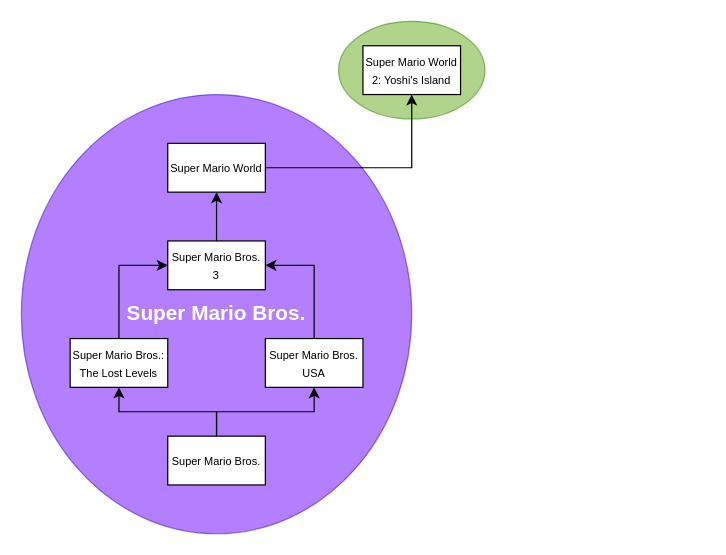
nangliaa/nangliaa keeps this draw.io diagram as Namnlöst diagram.drawio. Above is the earlier version. Source tidied: cells renumbered, new cells numbered last; positions are measured from the earlier drawing's top-left corner, leaving out a move shared by most shapes. Both pictures are drawn from the tidied source at 122%, with x=0, y=0 at pixel (21, 21).
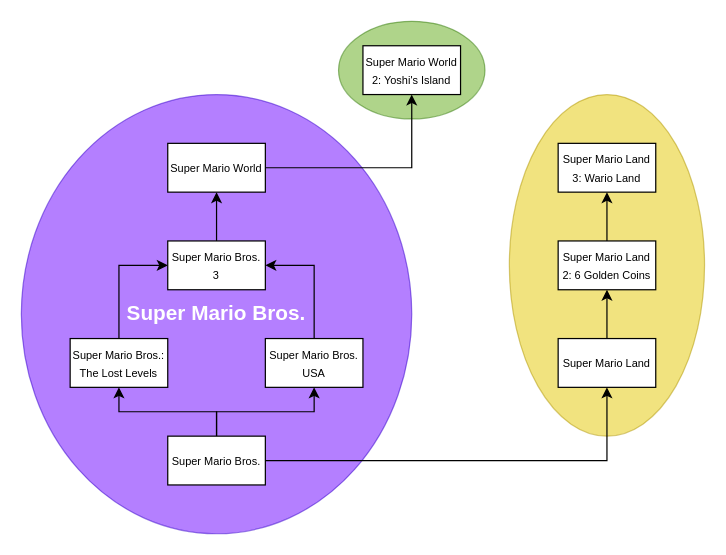
Above is the later version.

The change refers to these unchanged cells:
```xml
<mxCell id="8" value="&lt;font style=&quot;font-size: 9px;&quot;&gt;Super Mario Bros.&lt;/font&gt;" style="rounded=0;whiteSpace=wrap;html=1;" parent="1" vertex="1">
  <mxGeometry x="120" y="340" width="80" height="40" as="geometry" />
</mxCell>
```

The edit, as a diff of the source:
```diff
@@
+    <mxCell id="16" style="ellipse;whiteSpace=wrap;html=1;fillColor=#e3c800;fontColor=#000000;strokeColor=#B09500;opacity=50;" parent="1" vertex="1">
+      <mxGeometry x="400" y="60" width="160" height="280" as="geometry" />
+    </mxCell>
@@
+    <mxCell id="17" style="edgeStyle=orthogonalEdgeStyle;rounded=0;jettySize=auto;html=1;entryX=0.5;entryY=1;entryDx=0;entryDy=0;" parent="1" edge="1" source="8" target="19">
+      <mxGeometry relative="1" as="geometry" />
+    </mxCell>
@@
+    <mxCell id="18" style="edgeStyle=orthogonalEdgeStyle;rounded=0;jettySize=auto;html=1;entryX=0.5;entryY=1;entryDx=0;entryDy=0;" parent="1" edge="1" source="19" target="21">
+      <mxGeometry relative="1" as="geometry" />
+    </mxCell>
+    <mxCell id="19" value="&lt;font style=&quot;font-size: 9px;&quot;&gt;Super Mario Land&lt;br&gt;&lt;/font&gt;" style="rounded=0;whiteSpace=wrap;html=1;" parent="1" vertex="1">
+      <mxGeometry x="440" y="260" width="80" height="40" as="geometry" />
+    </mxCell>
+    <mxCell id="20" style="edgeStyle=orthogonalEdgeStyle;rounded=0;jettySize=auto;html=1;entryX=0.5;entryY=1;entryDx=0;entryDy=0;" parent="1" edge="1" source="21" target="22">
+      <mxGeometry relative="1" as="geometry" />
+    </mxCell>
+    <mxCell id="21" value="&lt;font style=&quot;font-size: 9px;&quot;&gt;Super Mario Land 2: 6 Golden Coins&lt;br&gt;&lt;/font&gt;" style="rounded=0;whiteSpace=wrap;html=1;" parent="1" vertex="1">
+      <mxGeometry x="440" y="180" width="80" height="40" as="geometry" />
+    </mxCell>
+    <mxCell id="22" value="&lt;font style=&quot;font-size: 9px;&quot;&gt;Super Mario Land 3: Wario Land&lt;br&gt;&lt;/font&gt;" style="rounded=0;whiteSpace=wrap;html=1;" parent="1" vertex="1">
+      <mxGeometry x="440" y="100" width="80" height="40" as="geometry" />
+    </mxCell>
```
